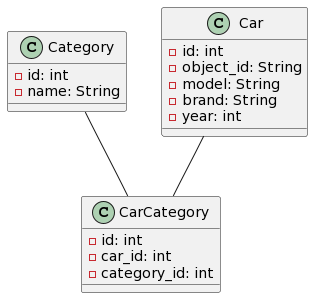
Above: diagram.png in d-svol/car-rest-api (PlantUML), before the change.
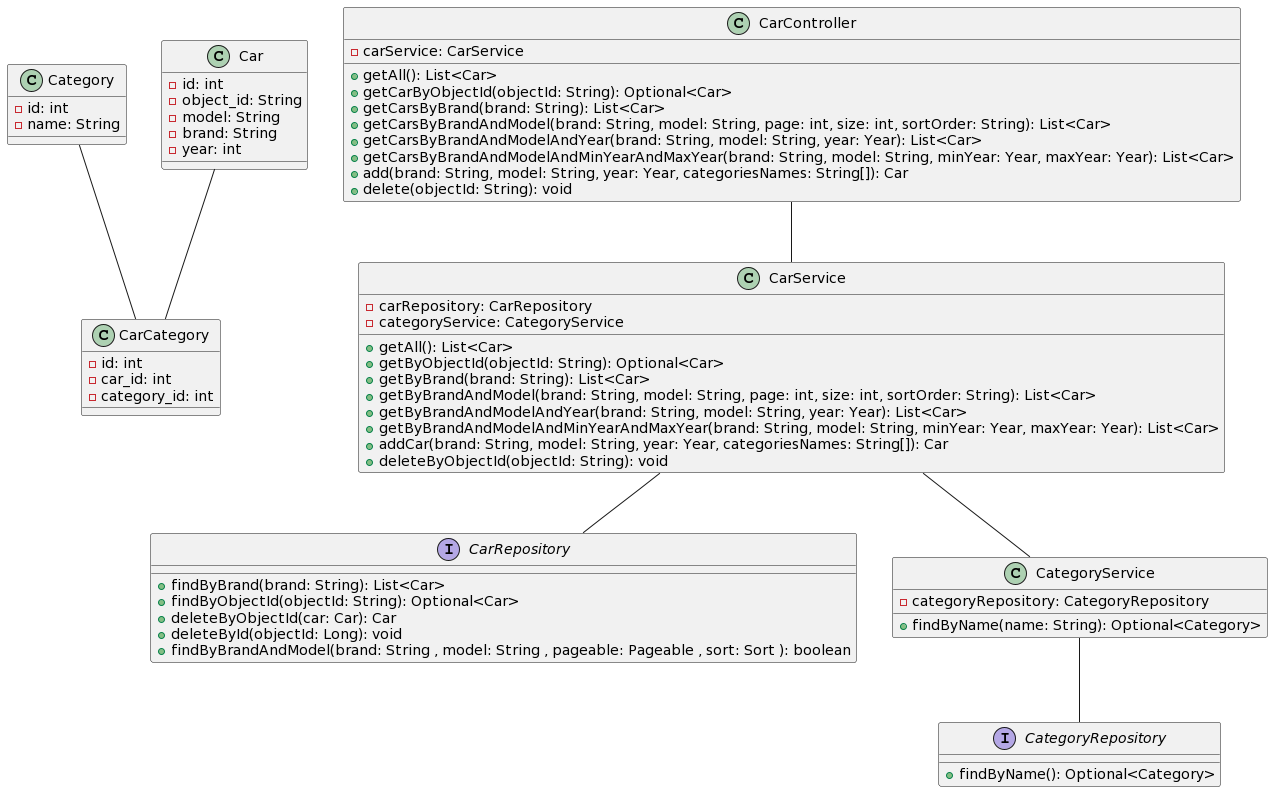
Above is the later version.

Change to the diagram source:
```diff
@@ -19,6 +19,56 @@
   - category_id: int
 }
 
-Category  --  CarCategory
-Car  --  CarCategory
+interface CategoryRepository {
+  + findByName(): Optional<Category>
+}
+
+interface CarRepository {
+  + findByBrand(brand: String): List<Car>
+  + findByObjectId(objectId: String): Optional<Car>
+  + deleteByObjectId(car: Car): Car
+  + deleteById(objectId: Long): void
+  + findByBrandAndModel(brand: String , model: String , pageable: Pageable , sort: Sort ): boolean
+}
+
+class CarController {
+  - carService: CarService
+
+  + getAll(): List<Car>
+  + getCarByObjectId(objectId: String): Optional<Car>
+  + getCarsByBrand(brand: String): List<Car>
+  + getCarsByBrandAndModel(brand: String, model: String, page: int, size: int, sortOrder: String): List<Car>
+  + getCarsByBrandAndModelAndYear(brand: String, model: String, year: Year): List<Car>
+  + getCarsByBrandAndModelAndMinYearAndMaxYear(brand: String, model: String, minYear: Year, maxYear: Year): List<Car>
+  + add(brand: String, model: String, year: Year, categoriesNames: String[]): Car
+  + delete(objectId: String): void
+}
+
+class CategoryService {
+  - categoryRepository: CategoryRepository
+
+  + findByName(name: String): Optional<Category>
+}
+
+class CarService {
+  - carRepository: CarRepository
+  - categoryService: CategoryService
+
+  + getAll(): List<Car>
+  + getByObjectId(objectId: String): Optional<Car>
+  + getByBrand(brand: String): List<Car>
+  + getByBrandAndModel(brand: String, model: String, page: int, size: int, sortOrder: String): List<Car>
+  + getByBrandAndModelAndYear(brand: String, model: String, year: Year): List<Car>
+  + getByBrandAndModelAndMinYearAndMaxYear(brand: String, model: String, minYear: Year, maxYear: Year): List<Car>
+  + addCar(brand: String, model: String, year: Year, categoriesNames: String[]): Car
+  + deleteByObjectId(objectId: String): void
+}
+
+CarController -- CarService
+CarService -- CarRepository
+CarService -- CategoryService
+CategoryService -- CategoryRepository
+
+Category -- CarCategory
+Car -- CarCategory
 @enduml
```
